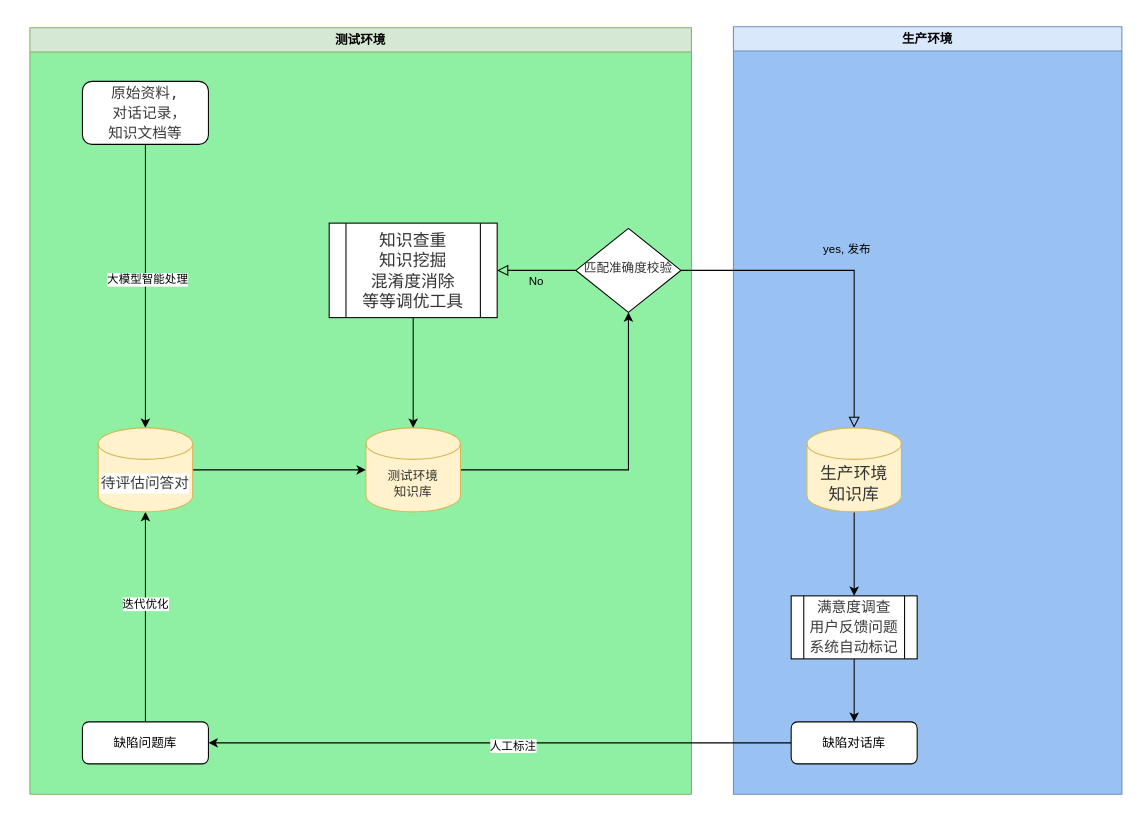
The draw.io diagram corpus/corpus.drawio in top4s/drawio, before the edit. Source tidied: cells renumbered, new cells numbered last; positions are measured from the earlier drawing's top-left corner, leaving out a move shared by most shapes. Both pictures are drawn from the tidied source at 105%, with x=0, y=0 at pixel (29, 26).
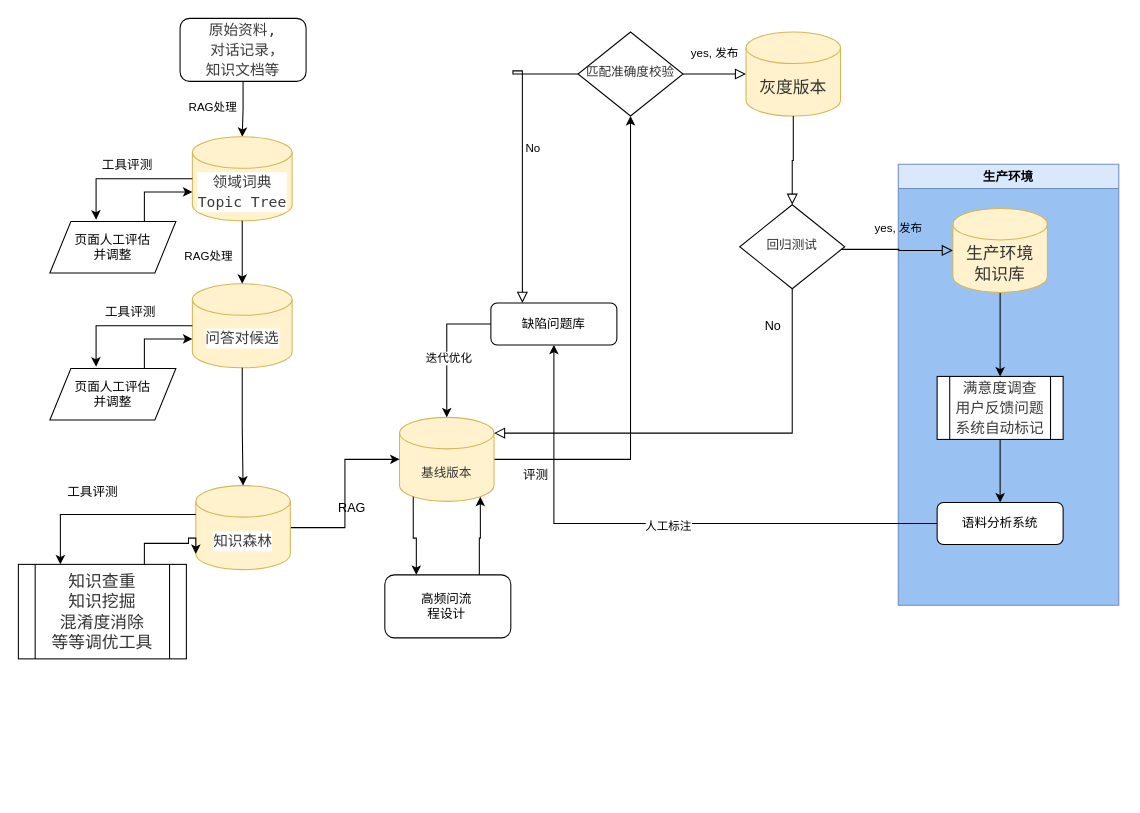
The same page after the edit.

Commit message:
刘博修改版本

What changed in the source:
```diff
@@
     <mxCell id="2" value="生产环境" style="swimlane;whiteSpace=wrap;html=1;fillColor=#dae8fc;strokeColor=#6c8ebf;swimlaneFillColor=#99c1f1;" parent="1" vertex="1">
-      <mxGeometry x="670" width="370" height="731" as="geometry" />
+      <mxGeometry x="827" y="131" width="210" height="420" as="geometry" />
     </mxCell>
-    <mxCell id="3" value="测试环境" style="swimlane;whiteSpace=wrap;html=1;shadow=0;glass=0;rounded=0;swimlaneLine=1;fillColor=#D5E8D4;strokeColor=#82b366;swimlaneFillColor=#8ff0a4;" parent="1" vertex="1">
-      <mxGeometry y="1" width="630" height="730" as="geometry" />
-    </mxCell>
-    <mxCell id="4" value="yes, 发布" style="rounded=0;html=1;jettySize=auto;fontSize=11;endArrow=block;endFill=0;endSize=8;strokeWidth=1;shadow=0;labelBackgroundColor=none;edgeStyle=orthogonalEdgeStyle;" parent="1" edge="1" source="6" target="17">
+    <mxCell id="4" value="yes, 发布" style="rounded=0;html=1;jettySize=auto;fontSize=11;endArrow=block;endFill=0;endSize=8;strokeWidth=1;shadow=0;labelBackgroundColor=none;edgeStyle=orthogonalEdgeStyle;entryX=0;entryY=0.5;entryDx=0;entryDy=0;entryPerimeter=0;" parent="1" edge="1" source="6" target="40">
       <mxGeometry y="20" relative="1" as="geometry" />
     </mxCell>
-    <mxCell id="5" value="No" style="edgeStyle=orthogonalEdgeStyle;rounded=0;html=1;jettySize=auto;fontSize=11;endArrow=block;endFill=0;endSize=8;strokeWidth=1;shadow=0;labelBackgroundColor=none;entryX=1;entryY=0.5;entryDx=0;entryDy=0;" parent="1" edge="1" source="6" target="23">
-      <mxGeometry y="10" relative="1" as="geometry" />
+    <mxCell id="5" value="No" style="edgeStyle=orthogonalEdgeStyle;rounded=0;html=1;jettySize=auto;fontSize=11;endArrow=block;endFill=0;endSize=8;strokeWidth=1;shadow=0;labelBackgroundColor=none;entryX=0.25;entryY=0;entryDx=0;entryDy=0;exitX=0;exitY=0.5;exitDx=0;exitDy=0;" parent="1" edge="1" source="6" target="10">
+      <mxGeometry y="10" relative="1" as="geometry">
+        <Array as="points">
+          <mxPoint x="460" y="45" />
+          <mxPoint x="460" y="42" />
+          <mxPoint x="469" y="42" />
+        </Array>
+      </mxGeometry>
     </mxCell>
     <mxCell id="6" value="&lt;div style=&quot;display: inline-block; white-space: nowrap;&quot;&gt;&lt;span style=&quot;fill: rgb(51, 51, 51); color: rgb(51, 51, 51);&quot; class=&quot;nodeLabel&quot;&gt;匹配准确度校验&lt;/span&gt;&lt;/div&gt;" style="rhombus;whiteSpace=wrap;html=1;shadow=0;fontFamily=Helvetica;fontSize=12;align=center;strokeWidth=1;spacing=6;spacingTop=-4;" parent="1" vertex="1">
-      <mxGeometry x="520" y="192" width="100" height="80" as="geometry" />
+      <mxGeometry x="522" y="5" width="100" height="80" as="geometry" />
     </mxCell>
@@
-    <mxCell id="9" value="缺陷对话库" style="rounded=1;whiteSpace=wrap;html=1;fontSize=12;glass=0;strokeWidth=1;shadow=0;" parent="1" vertex="1">
-      <mxGeometry x="725" y="662" width="120" height="40" as="geometry" />
+    <mxCell id="9" value="语料分析系统" style="rounded=1;whiteSpace=wrap;html=1;fontSize=12;glass=0;strokeWidth=1;shadow=0;" parent="1" vertex="1">
+      <mxGeometry x="864" y="453" width="120" height="40" as="geometry" />
     </mxCell>
     <mxCell id="10" value="缺陷问题库" style="rounded=1;whiteSpace=wrap;html=1;fontSize=12;glass=0;strokeWidth=1;shadow=0;" parent="1" vertex="1">
-      <mxGeometry x="50" y="662" width="120" height="40" as="geometry" />
+      <mxGeometry x="439" y="263" width="120" height="40" as="geometry" />
     </mxCell>
-    <mxCell id="11" style="edgeStyle=orthogonalEdgeStyle;rounded=0;jettySize=auto;html=1;entryX=0.5;entryY=0;entryDx=0;entryDy=0;entryPerimeter=0;" parent="1" edge="1" source="13" target="25">
+    <mxCell id="11" style="edgeStyle=orthogonalEdgeStyle;rounded=0;jettySize=auto;html=1;entryX=0.5;entryY=0;entryDx=0;entryDy=0;entryPerimeter=0;" parent="1" edge="1" source="13" target="28">
       <mxGeometry relative="1" as="geometry" />
     </mxCell>
-    <mxCell id="12" value="大模型智能处理" style="edgeLabel;html=1;align=center;verticalAlign=middle;" parent="11" vertex="1">
-      <mxGeometry x="-0.05" y="1" relative="1" as="geometry" />
+    <mxCell id="12" value="RAG处理" style="edgeLabel;html=1;align=center;verticalAlign=middle;" parent="11" vertex="1">
+      <mxGeometry x="-0.05" y="1" relative="1" as="geometry">
+        <mxPoint x="-31" y="-1" as="offset" />
+      </mxGeometry>
     </mxCell>
     <mxCell id="13" value="&lt;div style=&quot;color: #3b3b3b;background-color: #ffffff;font-family: 'Ubuntu Mono', 'Droid Sans Mono', 'monospace', monospace;font-weight: normal;font-size: 14px;line-height: 19px;white-space: pre;&quot;&gt;&lt;div&gt;&lt;span style=&quot;color: #3b3b3b;&quot;&gt;原始资料,&lt;/span&gt;&lt;/div&gt;&lt;div&gt;&lt;span style=&quot;color: #3b3b3b;&quot;&gt; 对话记录，&lt;/span&gt;&lt;/div&gt;&lt;div&gt;&lt;span style=&quot;color: #3b3b3b;&quot;&gt;知识文档等&lt;/span&gt;&lt;/div&gt;&lt;/div&gt;" style="rounded=1;whiteSpace=wrap;html=1;" parent="1" vertex="1">
-      <mxGeometry x="50" y="52" width="120" height="60" as="geometry" />
+      <mxGeometry x="143" y="-8" width="120" height="60" as="geometry" />
     </mxCell>
@@
-    <mxCell id="15" value="&lt;div style=&quot;display: inline-block; white-space: nowrap;&quot;&gt;&lt;span style=&quot;fill: rgb(51, 51, 51); color: rgb(51, 51, 51);&quot; class=&quot;nodeLabel&quot;&gt;测试环境&lt;br&gt;知识库&lt;/span&gt;&lt;/div&gt;" style="shape=cylinder3;whiteSpace=wrap;html=1;boundedLbl=1;backgroundOutline=1;size=15;fillColor=#fff2cc;strokeColor=#d6b656;" parent="1" vertex="1">
-      <mxGeometry x="320" y="382" width="90" height="80" as="geometry" />
+    <mxCell id="15" value="&lt;font color=&quot;#333333&quot;&gt;&lt;span style=&quot;text-wrap: nowrap;&quot;&gt;基线版本&lt;/span&gt;&lt;/font&gt;" style="shape=cylinder3;whiteSpace=wrap;html=1;boundedLbl=1;backgroundOutline=1;size=15;fillColor=#fff2cc;strokeColor=#d6b656;" parent="1" vertex="1">
+      <mxGeometry x="352" y="372" width="90" height="80" as="geometry" />
     </mxCell>
@@
     <mxCell id="17" value="&lt;div&gt;&lt;span style=&quot;color: rgb(51, 51, 51); font-family: &amp;quot;trebuchet ms&amp;quot;, verdana, arial, sans-serif; font-size: 16px; font-style: normal; font-variant-ligatures: normal; font-variant-caps: normal; font-weight: 400; letter-spacing: normal; orphans: 2; text-align: center; text-indent: 0px; text-transform: none; widows: 2; word-spacing: 0px; -webkit-text-stroke-width: 0px; white-space: nowrap; text-decoration-thickness: initial; text-decoration-style: initial; text-decoration-color: initial; display: inline !important; float: none;&quot;&gt;生产环境&lt;/span&gt;&lt;/div&gt;&lt;div&gt;&lt;span style=&quot;color: rgb(51, 51, 51); font-family: &amp;quot;trebuchet ms&amp;quot;, verdana, arial, sans-serif; font-size: 16px; font-style: normal; font-variant-ligatures: normal; font-variant-caps: normal; font-weight: 400; letter-spacing: normal; orphans: 2; text-align: center; text-indent: 0px; text-transform: none; widows: 2; word-spacing: 0px; -webkit-text-stroke-width: 0px; white-space: nowrap; text-decoration-thickness: initial; text-decoration-style: initial; text-decoration-color: initial; display: inline !important; float: none;&quot;&gt;知识库&lt;br&gt;&lt;/span&gt;&lt;/div&gt;" style="shape=cylinder3;whiteSpace=wrap;html=1;boundedLbl=1;backgroundOutline=1;size=15;fillColor=#fff2cc;strokeColor=#d6b656;" parent="1" vertex="1">
-      <mxGeometry x="740" y="382" width="90" height="80" as="geometry" />
+      <mxGeometry x="879" y="173" width="90" height="80" as="geometry" />
     </mxCell>
@@
     <mxCell id="19" value="&lt;div style=&quot;color: #3b3b3b;background-color: #ffffff;font-family: 'Ubuntu Mono', 'Droid Sans Mono', 'monospace', monospace;font-weight: normal;font-size: 14px;line-height: 19px;white-space: pre;&quot;&gt;&lt;div&gt;&lt;span style=&quot;color: #3b3b3b;&quot;&gt;满意度调查&lt;/span&gt;&lt;/div&gt;&lt;div&gt;&lt;span style=&quot;color: #3b3b3b;&quot;&gt;用户反馈问题&lt;/span&gt;&lt;/div&gt;&lt;div&gt;&lt;span style=&quot;color: #3b3b3b;&quot;&gt;系统自动标记&lt;br&gt;&lt;/span&gt;&lt;/div&gt;&lt;/div&gt;" style="shape=process;whiteSpace=wrap;html=1;backgroundOutline=1;" parent="1" vertex="1">
-      <mxGeometry x="725" y="542" width="120" height="60" as="geometry" />
+      <mxGeometry x="864" y="333" width="120" height="60" as="geometry" />
     </mxCell>
-    <mxCell id="20" style="edgeStyle=orthogonalEdgeStyle;rounded=0;jettySize=auto;html=1;entryX=0.5;entryY=1;entryDx=0;entryDy=0;entryPerimeter=0;" parent="1" edge="1" source="10" target="25">
+    <mxCell id="20" style="edgeStyle=orthogonalEdgeStyle;rounded=0;jettySize=auto;html=1;entryX=0.5;entryY=0;entryDx=0;entryDy=0;entryPerimeter=0;exitX=0;exitY=0.5;exitDx=0;exitDy=0;" parent="1" edge="1" source="10" target="15">
       <mxGeometry relative="1" as="geometry" />
     </mxCell>
@@
-    <mxCell id="22" style="edgeStyle=orthogonalEdgeStyle;rounded=0;jettySize=auto;html=1;" parent="1" edge="1" source="23" target="15">
-      <mxGeometry relative="1" as="geometry" />
-    </mxCell>
     <mxCell id="23" value="&lt;span style=&quot;color: rgb(51, 51, 51); font-family: &amp;quot;trebuchet ms&amp;quot;, verdana, arial, sans-serif; font-size: 16px; font-style: normal; font-variant-ligatures: normal; font-variant-caps: normal; font-weight: 400; letter-spacing: normal; orphans: 2; text-align: center; text-indent: 0px; text-transform: none; widows: 2; word-spacing: 0px; -webkit-text-stroke-width: 0px; white-space: nowrap; text-decoration-thickness: initial; text-decoration-style: initial; text-decoration-color: initial; display: inline !important; float: none;&quot;&gt;知识查重&lt;/span&gt;&lt;br style=&quot;color: rgb(51, 51, 51); font-family: &amp;quot;trebuchet ms&amp;quot;, verdana, arial, sans-serif; font-size: 16px; font-style: normal; font-variant-ligatures: normal; font-variant-caps: normal; font-weight: 400; letter-spacing: normal; orphans: 2; text-align: center; text-indent: 0px; text-transform: none; widows: 2; word-spacing: 0px; -webkit-text-stroke-width: 0px; white-space: nowrap; text-decoration-thickness: initial; text-decoration-style: initial; text-decoration-color: initial;&quot;&gt;&lt;span style=&quot;color: rgb(51, 51, 51); font-family: &amp;quot;trebuchet ms&amp;quot;, verdana, arial, sans-serif; font-size: 16px; font-style: normal; font-variant-ligatures: normal; font-variant-caps: normal; font-weight: 400; letter-spacing: normal; orphans: 2; text-align: center; text-indent: 0px; text-transform: none; widows: 2; word-spacing: 0px; -webkit-text-stroke-width: 0px; white-space: nowrap; text-decoration-thickness: initial; text-decoration-style: initial; text-decoration-color: initial; display: inline !important; float: none;&quot;&gt;知识挖掘&lt;/span&gt;&lt;br style=&quot;color: rgb(51, 51, 51); font-family: &amp;quot;trebuchet ms&amp;quot;, verdana, arial, sans-serif; font-size: 16px; font-style: normal; font-variant-ligatures: normal; font-variant-caps: normal; font-weight: 400; letter-spacing: normal; orphans: 2; text-align: center; text-indent: 0px; text-transform: none; widows: 2; word-spacing: 0px; -webkit-text-stroke-width: 0px; white-space: nowrap; text-decoration-thickness: initial; text-decoration-style: initial; text-decoration-color: initial;&quot;&gt;&lt;div&gt;&lt;span style=&quot;color: rgb(51, 51, 51); font-family: &amp;quot;trebuchet ms&amp;quot;, verdana, arial, sans-serif; font-size: 16px; font-style: normal; font-variant-ligatures: normal; font-variant-caps: normal; font-weight: 400; letter-spacing: normal; orphans: 2; text-align: center; text-indent: 0px; text-transform: none; widows: 2; word-spacing: 0px; -webkit-text-stroke-width: 0px; white-space: nowrap; text-decoration-thickness: initial; text-decoration-style: initial; text-decoration-color: initial; display: inline !important; float: none;&quot;&gt;混淆度消除&lt;/span&gt;&lt;/div&gt;&lt;div&gt;&lt;span style=&quot;color: rgb(51, 51, 51); font-family: &amp;quot;trebuchet ms&amp;quot;, verdana, arial, sans-serif; font-size: 16px; font-style: normal; font-variant-ligatures: normal; font-variant-caps: normal; font-weight: 400; letter-spacing: normal; orphans: 2; text-align: center; text-indent: 0px; text-transform: none; widows: 2; word-spacing: 0px; -webkit-text-stroke-width: 0px; white-space: nowrap; text-decoration-thickness: initial; text-decoration-style: initial; text-decoration-color: initial; display: inline !important; float: none;&quot;&gt;等等调优工具&lt;br&gt;&lt;/span&gt;&lt;/div&gt;" style="shape=process;whiteSpace=wrap;html=1;backgroundOutline=1;" parent="1" vertex="1">
-      <mxGeometry x="285" y="187" width="160" height="90" as="geometry" />
+      <mxGeometry x="-11" y="512" width="160" height="90" as="geometry" />
     </mxCell>
@@
-    <mxCell id="25" value="&lt;div style=&quot;color: #3b3b3b;background-color: #ffffff;font-family: 'Ubuntu Mono', 'Droid Sans Mono', 'monospace', monospace;font-weight: normal;font-size: 14px;line-height: 19px;white-space: pre;&quot;&gt;&lt;div&gt;&lt;span style=&quot;color: #3b3b3b;&quot;&gt;待评估问答对&lt;/span&gt;&lt;/div&gt;&lt;/div&gt;" style="shape=cylinder3;whiteSpace=wrap;html=1;boundedLbl=1;backgroundOutline=1;size=15;fillColor=#fff2cc;strokeColor=#d6b656;" parent="1" vertex="1">
-      <mxGeometry x="65" y="382" width="90" height="80" as="geometry" />
+    <mxCell id="25" value="&lt;div style=&quot;color: #3b3b3b;background-color: #ffffff;font-family: 'Ubuntu Mono', 'Droid Sans Mono', 'monospace', monospace;font-weight: normal;font-size: 14px;line-height: 19px;white-space: pre;&quot;&gt;&lt;div&gt;&lt;span style=&quot;color: #3b3b3b;&quot;&gt;知识森林&lt;/span&gt;&lt;/div&gt;&lt;/div&gt;" style="shape=cylinder3;whiteSpace=wrap;html=1;boundedLbl=1;backgroundOutline=1;size=15;fillColor=#fff2cc;strokeColor=#d6b656;" parent="1" vertex="1">
+      <mxGeometry x="158" y="437" width="90" height="80" as="geometry" />
     </mxCell>
+    <mxCell id="26" value="评测" style="text;html=1;align=center;verticalAlign=middle;whiteSpace=wrap;rounded=0;" parent="1" vertex="1">
+      <mxGeometry x="452" y="402" width="60" height="50" as="geometry" />
+    </mxCell>
+    <mxCell id="27" value="页面人工评估&lt;div&gt;并调整&lt;/div&gt;" style="shape=parallelogram;perimeter=parallelogramPerimeter;whiteSpace=wrap;html=1;fixedSize=1;" parent="1" vertex="1">
+      <mxGeometry x="19" y="185.5" width="120" height="49" as="geometry" />
+    </mxCell>
+    <mxCell id="28" value="&lt;div style=&quot;color: #3b3b3b;background-color: #ffffff;font-family: 'Ubuntu Mono', 'Droid Sans Mono', 'monospace', monospace;font-weight: normal;font-size: 14px;line-height: 19px;white-space: pre;&quot;&gt;&lt;div&gt;&lt;span style=&quot;color: #3b3b3b;&quot;&gt;领域词典&lt;/span&gt;&lt;/div&gt;&lt;div&gt;&lt;span style=&quot;color: #3b3b3b;&quot;&gt;Topic Tree&lt;/span&gt;&lt;/div&gt;&lt;/div&gt;" style="shape=cylinder3;whiteSpace=wrap;html=1;boundedLbl=1;backgroundOutline=1;size=15;fillColor=#fff2cc;strokeColor=#d6b656;rotation=0;" parent="1" vertex="1">
+      <mxGeometry x="154.7" y="104.8" width="95" height="80" as="geometry" />
+    </mxCell>
+    <mxCell id="29" style="edgeStyle=orthogonalEdgeStyle;rounded=0;jettySize=auto;html=1;exitX=0;exitY=0.5;exitDx=0;exitDy=0;exitPerimeter=0;entryX=0.367;entryY=-0.037;entryDx=0;entryDy=0;entryPerimeter=0;" parent="1" edge="1" source="28" target="27">
+      <mxGeometry relative="1" as="geometry">
+        <Array as="points">
+          <mxPoint x="63" y="145" />
+          <mxPoint x="63" y="182" />
+        </Array>
+      </mxGeometry>
+    </mxCell>
+    <mxCell id="30" style="edgeStyle=orthogonalEdgeStyle;rounded=0;jettySize=auto;html=1;exitX=0.75;exitY=0;exitDx=0;exitDy=0;entryX=0;entryY=0;entryDx=0;entryDy=52.5;entryPerimeter=0;" parent="1" edge="1" source="27" target="28">
+      <mxGeometry relative="1" as="geometry" />
+    </mxCell>
+    <mxCell id="31" value="页面人工评估&lt;div&gt;并调整&lt;/div&gt;" style="shape=parallelogram;perimeter=parallelogramPerimeter;whiteSpace=wrap;html=1;fixedSize=1;" parent="1" vertex="1">
+      <mxGeometry x="19" y="325.5" width="120" height="49" as="geometry" />
+    </mxCell>
+    <mxCell id="32" value="&lt;div style=&quot;color: #3b3b3b;background-color: #ffffff;font-family: 'Ubuntu Mono', 'Droid Sans Mono', 'monospace', monospace;font-weight: normal;font-size: 14px;line-height: 19px;white-space: pre;&quot;&gt;&lt;div&gt;问答对候选&lt;/div&gt;&lt;/div&gt;" style="shape=cylinder3;whiteSpace=wrap;html=1;boundedLbl=1;backgroundOutline=1;size=15;fillColor=#fff2cc;strokeColor=#d6b656;rotation=0;" parent="1" vertex="1">
+      <mxGeometry x="154.7" y="244.8" width="95" height="80" as="geometry" />
+    </mxCell>
+    <mxCell id="33" style="edgeStyle=orthogonalEdgeStyle;rounded=0;jettySize=auto;html=1;exitX=0;exitY=0.5;exitDx=0;exitDy=0;exitPerimeter=0;entryX=0.367;entryY=-0.037;entryDx=0;entryDy=0;entryPerimeter=0;" parent="1" edge="1" source="32" target="31">
+      <mxGeometry relative="1" as="geometry">
+        <Array as="points">
+          <mxPoint x="63" y="285" />
+          <mxPoint x="63" y="322" />
+        </Array>
+      </mxGeometry>
+    </mxCell>
+    <mxCell id="34" style="edgeStyle=orthogonalEdgeStyle;rounded=0;jettySize=auto;html=1;exitX=0.75;exitY=0;exitDx=0;exitDy=0;entryX=0;entryY=0;entryDx=0;entryDy=52.5;entryPerimeter=0;" parent="1" edge="1" source="31" target="32">
+      <mxGeometry relative="1" as="geometry" />
+    </mxCell>
+    <mxCell id="35" style="edgeStyle=orthogonalEdgeStyle;rounded=0;jettySize=auto;html=1;entryX=0.5;entryY=0;entryDx=0;entryDy=0;entryPerimeter=0;exitX=0.5;exitY=1;exitDx=0;exitDy=0;exitPerimeter=0;" parent="1" edge="1" source="28" target="32">
+      <mxGeometry relative="1" as="geometry" />
+    </mxCell>
+    <mxCell id="36" style="edgeStyle=orthogonalEdgeStyle;rounded=0;jettySize=auto;html=1;entryX=0.5;entryY=0;entryDx=0;entryDy=0;entryPerimeter=0;exitX=0.5;exitY=1;exitDx=0;exitDy=0;exitPerimeter=0;" parent="1" edge="1" source="32" target="25">
+      <mxGeometry relative="1" as="geometry" />
+    </mxCell>
+    <mxCell id="37" value="工具评测" style="text;html=1;align=center;verticalAlign=middle;whiteSpace=wrap;rounded=0;" parent="1" vertex="1">
+      <mxGeometry x="63" y="117" width="60" height="30" as="geometry" />
+    </mxCell>
+    <mxCell id="38" value="工具评测" style="text;html=1;align=center;verticalAlign=middle;whiteSpace=wrap;rounded=0;" parent="1" vertex="1">
+      <mxGeometry x="66" y="257" width="60" height="30" as="geometry" />
+    </mxCell>
+    <mxCell id="39" value="RAG" style="text;html=1;align=center;verticalAlign=middle;whiteSpace=wrap;rounded=0;" parent="1" vertex="1">
+      <mxGeometry x="277" y="444" width="60" height="30" as="geometry" />
+    </mxCell>
+    <mxCell id="40" value="&lt;div&gt;&lt;font face=&quot;trebuchet ms, verdana, arial, sans-serif&quot; color=&quot;#333333&quot;&gt;&lt;span style=&quot;font-size: 16px; text-wrap: nowrap;&quot;&gt;灰度版本&lt;/span&gt;&lt;/font&gt;&lt;/div&gt;" style="shape=cylinder3;whiteSpace=wrap;html=1;boundedLbl=1;backgroundOutline=1;size=15;fillColor=#fff2cc;strokeColor=#d6b656;" parent="1" vertex="1">
+      <mxGeometry x="682" y="5" width="90" height="80" as="geometry" />
+    </mxCell>
+    <mxCell id="41" value="&lt;div style=&quot;display: inline-block; white-space: nowrap;&quot;&gt;&lt;span style=&quot;fill: rgb(51, 51, 51); color: rgb(51, 51, 51);&quot; class=&quot;nodeLabel&quot;&gt;回归测试&lt;/span&gt;&lt;/div&gt;" style="rhombus;whiteSpace=wrap;html=1;shadow=0;fontFamily=Helvetica;fontSize=12;align=center;strokeWidth=1;spacing=6;spacingTop=-4;" parent="1" vertex="1">
+      <mxGeometry x="676" y="169.5" width="100" height="80" as="geometry" />
+    </mxCell>
+    <mxCell id="42" style="rounded=0;html=1;jettySize=auto;fontSize=11;endArrow=block;endFill=0;endSize=8;strokeWidth=1;shadow=0;labelBackgroundColor=none;edgeStyle=orthogonalEdgeStyle;entryX=0.5;entryY=0;entryDx=0;entryDy=0;exitX=0.5;exitY=1;exitDx=0;exitDy=0;exitPerimeter=0;" parent="1" edge="1" source="40" target="41">
+      <mxGeometry y="20" relative="1" as="geometry" />
+    </mxCell>
+    <mxCell id="43" value="yes, 发布" style="rounded=0;html=1;jettySize=auto;fontSize=11;endArrow=block;endFill=0;endSize=8;strokeWidth=1;shadow=0;labelBackgroundColor=none;edgeStyle=orthogonalEdgeStyle;entryX=0;entryY=0.5;entryDx=0;entryDy=0;entryPerimeter=0;exitX=0.97;exitY=0.531;exitDx=0;exitDy=0;exitPerimeter=0;" parent="1" edge="1" source="41" target="17">
+      <mxGeometry y="20" relative="1" as="geometry" />
+    </mxCell>
+    <mxCell id="44" style="rounded=0;html=1;jettySize=auto;fontSize=11;endArrow=block;endFill=0;endSize=8;strokeWidth=1;shadow=0;labelBackgroundColor=none;edgeStyle=orthogonalEdgeStyle;entryX=1;entryY=0;entryDx=0;entryDy=15;exitX=0.5;exitY=1;exitDx=0;exitDy=0;entryPerimeter=0;" parent="1" edge="1" source="41" target="15">
+      <mxGeometry y="20" relative="1" as="geometry" />
+    </mxCell>
+    <mxCell id="45" value="No" style="text;html=1;align=center;verticalAlign=middle;whiteSpace=wrap;rounded=0;" parent="1" vertex="1">
+      <mxGeometry x="678" y="270" width="60" height="30" as="geometry" />
+    </mxCell>
+    <mxCell id="46" style="edgeStyle=orthogonalEdgeStyle;rounded=0;jettySize=auto;html=1;exitX=0;exitY=0;exitDx=0;exitDy=27.5;exitPerimeter=0;entryX=0.25;entryY=0;entryDx=0;entryDy=0;" parent="1" edge="1" source="25" target="23">
+      <mxGeometry relative="1" as="geometry">
+        <Array as="points">
+          <mxPoint x="29" y="465" />
+        </Array>
+      </mxGeometry>
+    </mxCell>
+    <mxCell id="47" value="工具评测" style="text;html=1;align=center;verticalAlign=middle;whiteSpace=wrap;rounded=0;" parent="1" vertex="1">
+      <mxGeometry x="30" y="428" width="60" height="30" as="geometry" />
+    </mxCell>
+    <mxCell id="48" style="edgeStyle=orthogonalEdgeStyle;rounded=0;jettySize=auto;html=1;exitX=0.75;exitY=0;exitDx=0;exitDy=0;entryX=0;entryY=1;entryDx=0;entryDy=-15;entryPerimeter=0;" parent="1" edge="1" source="23" target="25">
+      <mxGeometry relative="1" as="geometry">
+        <Array as="points">
+          <mxPoint x="109" y="492" />
+          <mxPoint x="151" y="492" />
+          <mxPoint x="151" y="487" />
+          <mxPoint x="158" y="487" />
+        </Array>
+      </mxGeometry>
+    </mxCell>
+    <mxCell id="49" style="rounded=1;whiteSpace=wrap;html=1;" parent="1" vertex="1">
+      <mxGeometry x="338" y="522" width="120" height="60" as="geometry" />
+    </mxCell>
+    <mxCell id="50" value="高频问流程设计" style="text;html=1;align=center;verticalAlign=middle;whiteSpace=wrap;rounded=0;" parent="1" vertex="1">
+      <mxGeometry x="367" y="537" width="60" height="30" as="geometry" />
+    </mxCell>
+    <mxCell id="51" style="edgeStyle=orthogonalEdgeStyle;rounded=0;jettySize=auto;html=1;entryX=0.25;entryY=0;entryDx=0;entryDy=0;exitX=0.145;exitY=1;exitDx=0;exitDy=-4.35;exitPerimeter=0;" parent="1" edge="1" source="15" target="49">
+      <mxGeometry relative="1" as="geometry" />
+    </mxCell>
+    <mxCell id="52" style="edgeStyle=orthogonalEdgeStyle;rounded=0;jettySize=auto;html=1;entryX=0.855;entryY=1;entryDx=0;entryDy=-4.35;exitX=0.75;exitY=0;exitDx=0;exitDy=0;entryPerimeter=0;" parent="1" edge="1" source="49" target="15">
+      <mxGeometry relative="1" as="geometry" />
+    </mxCell>
+    <mxCell id="53" value="RAG处理" style="edgeLabel;html=1;align=center;verticalAlign=middle;" parent="1" vertex="1">
+      <mxGeometry x="169" y="218" as="geometry" />
+    </mxCell>
```
